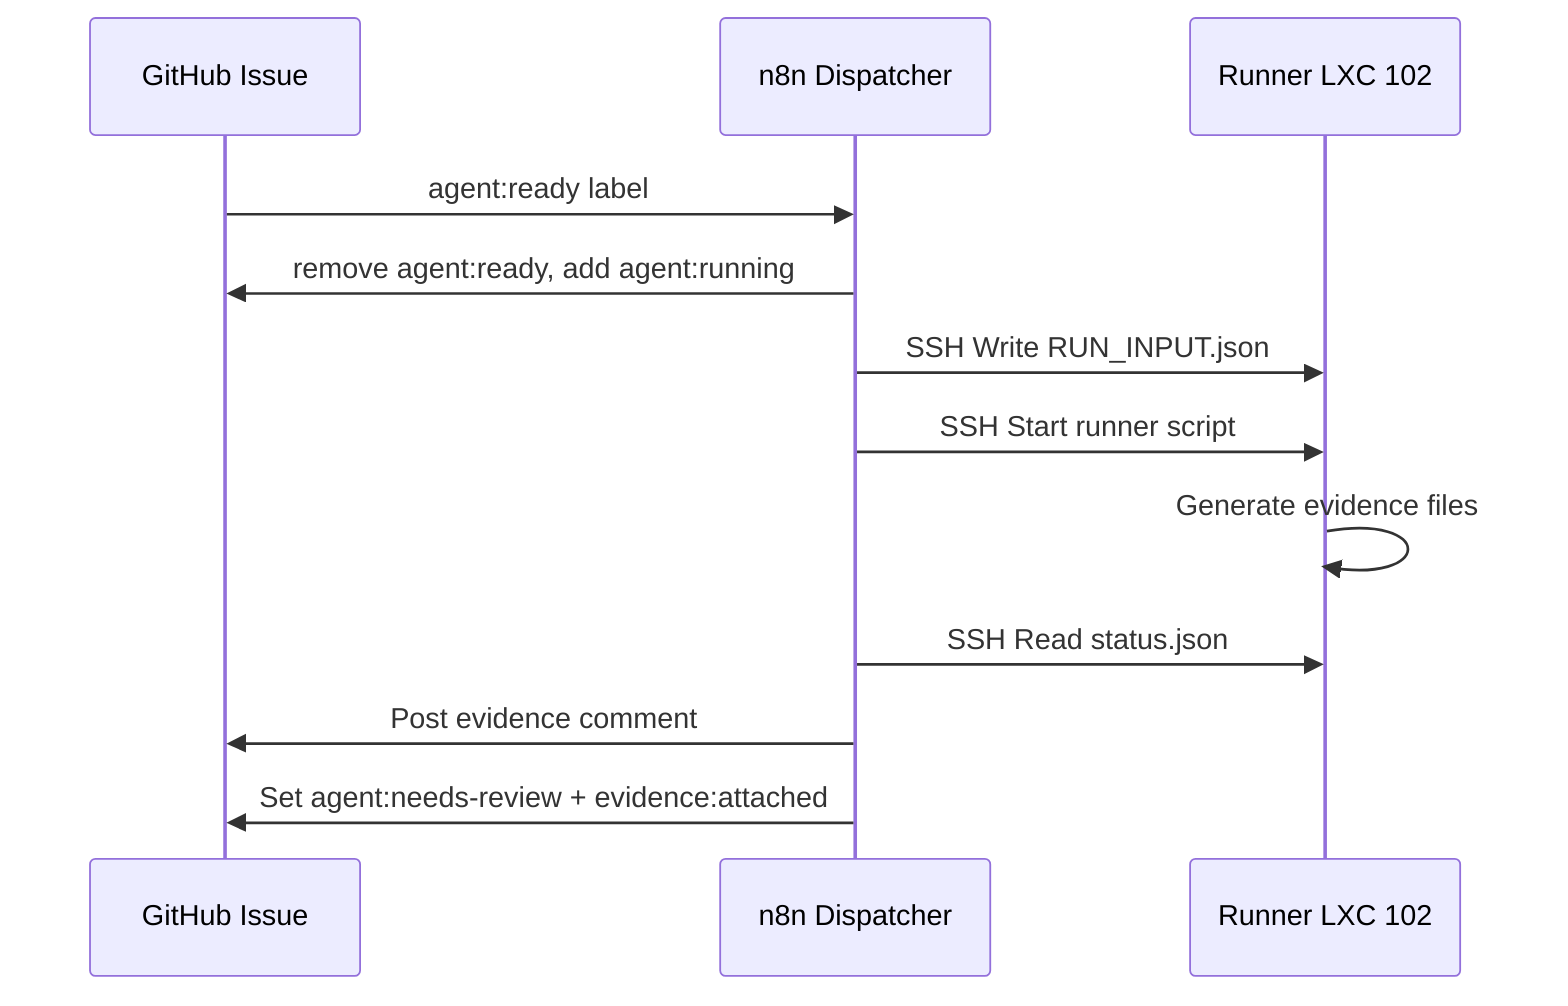
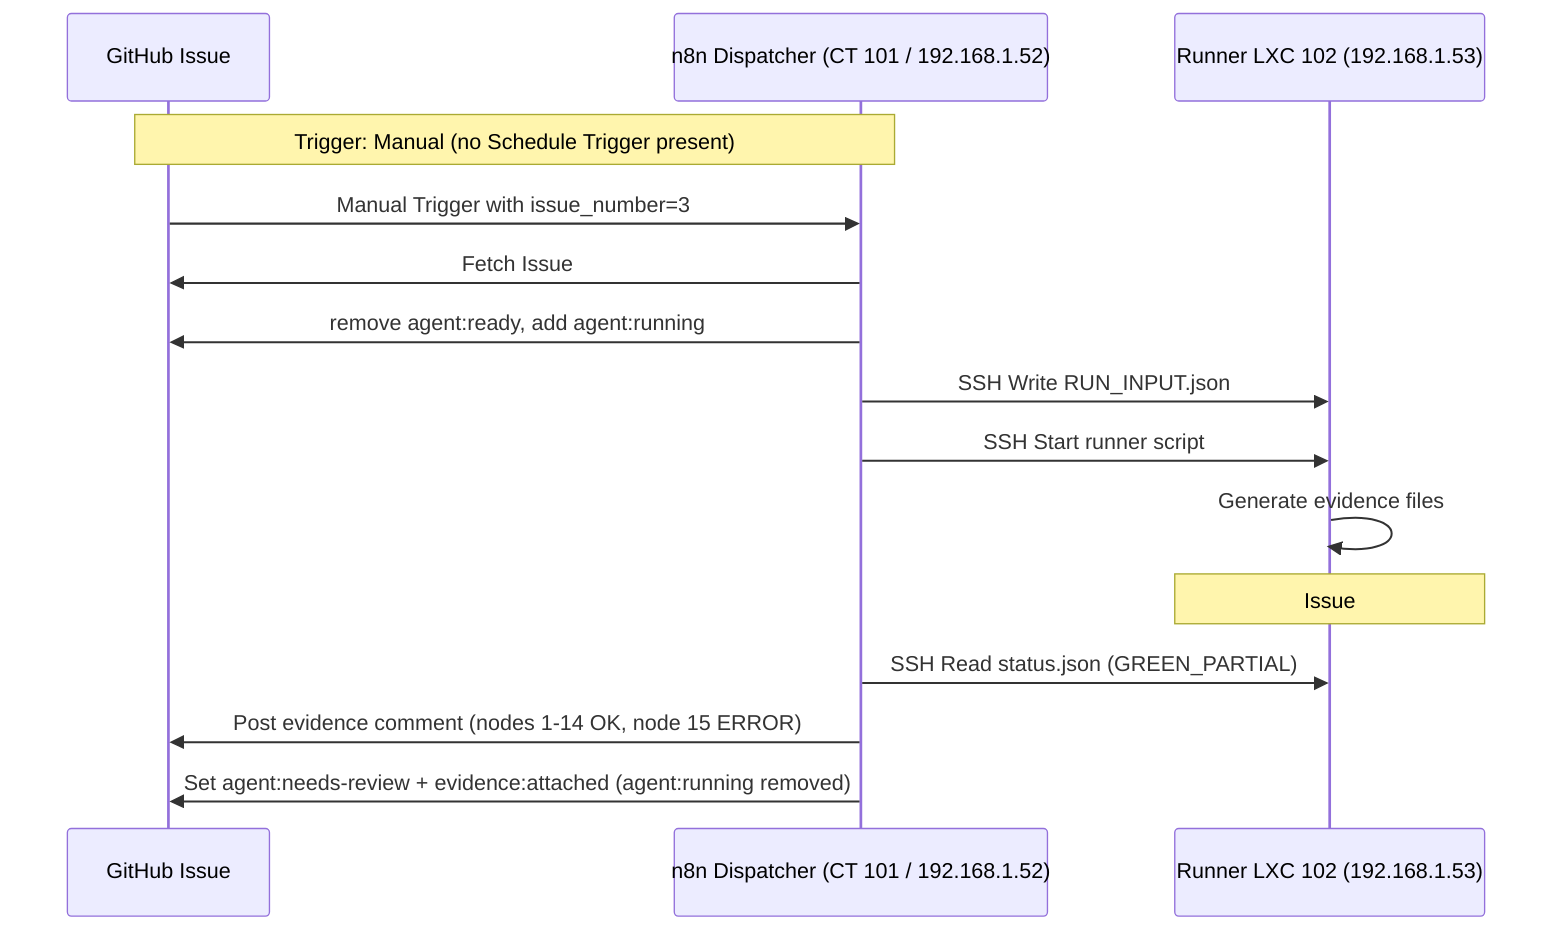
sequenceDiagram
    participant GH as GitHub Issue
-     participant N8N as n8n Dispatcher
-     participant R as Runner LXC 102
-     GH->>N8N: agent:ready label
+     participant N8N as n8n Dispatcher (CT 101 / 192.168.1.52)
+     participant R as Runner LXC 102 (192.168.1.53)
+ 
+     Note over GH,N8N: Trigger: Manual (no Schedule Trigger present)
+     GH->>N8N: Manual Trigger with issue_number=3
+     N8N->>GH: Fetch Issue #3 (agent:ready)
    N8N->>GH: remove agent:ready, add agent:running
    N8N->>R: SSH Write RUN_INPUT.json
    N8N->>R: SSH Start runner script
    R->>R: Generate evidence files
-     N8N->>R: SSH Read status.json
-     N8N->>GH: Post evidence comment
-     N8N->>GH: Set agent:needs-review + evidence:attached
+     Note over R: Issue #3 Run: gh-issue-3-20260626T073802Z
+     N8N->>R: SSH Read status.json (GREEN_PARTIAL)
+     N8N->>GH: Post evidence comment (nodes 1-14 OK, node 15 ERROR)
+     N8N->>GH: Set agent:needs-review + evidence:attached (agent:running removed)
